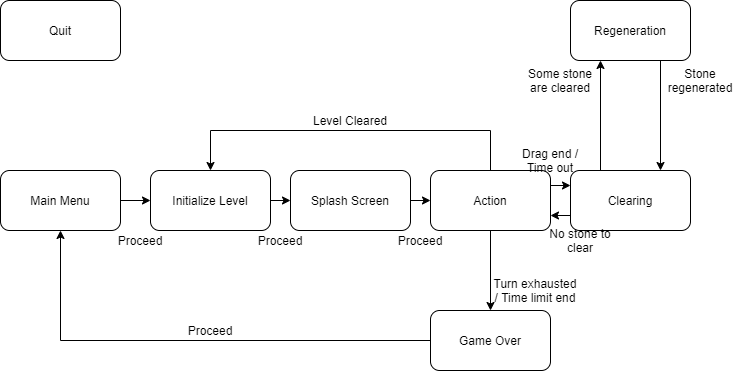
Earlier version of the draw.io export tos spinner.drawio.png (AdmiJW/TOS_Spinner). Source tidied: cells renumbered, new cells last; positions are measured from the earlier drawing's top-left corner, leaving out a move shared by most shapes.
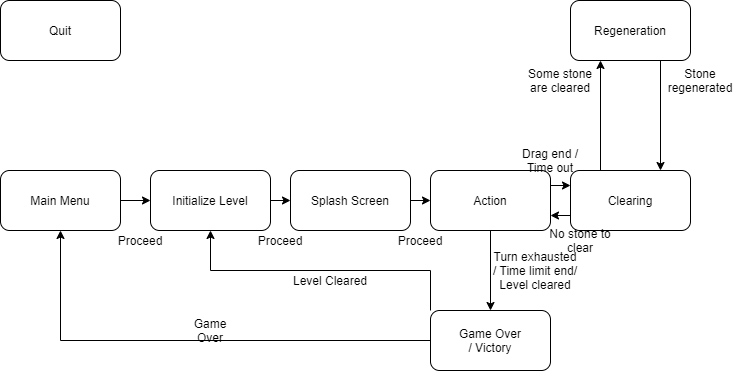
After the commit.

Diff of the diagram source:
```diff
@@ -26,14 +26,6 @@
     <mxCell id="9" style="edgeStyle=orthogonalEdgeStyle;rounded=0;jettySize=auto;html=1;exitX=0.5;exitY=1;exitDx=0;exitDy=0;" parent="1" edge="1" source="12" target="19">
       <mxGeometry relative="1" as="geometry" />
     </mxCell>
-    <mxCell id="10" style="edgeStyle=orthogonalEdgeStyle;rounded=0;jettySize=auto;html=1;exitX=0.5;exitY=0;exitDx=0;exitDy=0;entryX=0.5;entryY=0;entryDx=0;entryDy=0;" parent="1" edge="1" source="12" target="7">
-      <mxGeometry relative="1" as="geometry">
-        <Array as="points">
-          <mxPoint x="490" y="130" />
-          <mxPoint x="210" y="130" />
-        </Array>
-      </mxGeometry>
-    </mxCell>
     <mxCell id="11" style="edgeStyle=orthogonalEdgeStyle;rounded=0;jettySize=auto;html=1;exitX=1;exitY=0.25;exitDx=0;exitDy=0;entryX=0;entryY=0.25;entryDx=0;entryDy=0;" parent="1" edge="1" source="12" target="15">
       <mxGeometry relative="1" as="geometry" />
     </mxCell>
@@ -58,7 +50,10 @@
     <mxCell id="18" style="edgeStyle=orthogonalEdgeStyle;rounded=0;jettySize=auto;html=1;exitX=0;exitY=0.5;exitDx=0;exitDy=0;entryX=0.5;entryY=1;entryDx=0;entryDy=0;" parent="1" edge="1" source="19" target="3">
       <mxGeometry relative="1" as="geometry" />
     </mxCell>
+    <mxCell id="31" style="edgeStyle=orthogonalEdgeStyle;rounded=0;jettySize=auto;html=1;exitX=0;exitY=0;exitDx=0;exitDy=0;entryX=0.5;entryY=1;entryDx=0;entryDy=0;" parent="1" edge="1" source="19" target="7">
+      <mxGeometry relative="1" as="geometry" />
+    </mxCell>
-    <mxCell id="19" value="Game Over" style="rounded=1;whiteSpace=wrap;html=1;" parent="1" vertex="1">
+    <mxCell id="19" value="Game Over&lt;br&gt;/ Victory" style="rounded=1;whiteSpace=wrap;html=1;" parent="1" vertex="1">
       <mxGeometry x="430" y="310" width="120" height="60" as="geometry" />
     </mxCell>
     <mxCell id="20" value="Quit" style="rounded=1;whiteSpace=wrap;html=1;" parent="1" vertex="1">
@@ -67,7 +62,7 @@
     <mxCell id="21" value="Proceed" style="text;html=1;strokeColor=none;fillColor=none;align=center;verticalAlign=middle;whiteSpace=wrap;rounded=0;" parent="1" vertex="1">
       <mxGeometry x="120" y="230" width="40" height="20" as="geometry" />
     </mxCell>
-    <mxCell id="22" value="Proceed" style="text;html=1;strokeColor=none;fillColor=none;align=center;verticalAlign=middle;whiteSpace=wrap;rounded=0;" parent="1" vertex="1">
+    <mxCell id="22" value="Game Over" style="text;html=1;strokeColor=none;fillColor=none;align=center;verticalAlign=middle;whiteSpace=wrap;rounded=0;" parent="1" vertex="1">
       <mxGeometry x="190" y="320" width="40" height="20" as="geometry" />
     </mxCell>
     <mxCell id="23" value="Proceed" style="text;html=1;strokeColor=none;fillColor=none;align=center;verticalAlign=middle;whiteSpace=wrap;rounded=0;" parent="1" vertex="1">
@@ -83,10 +78,10 @@
       <mxGeometry x="540" y="230" width="80" height="20" as="geometry" />
     </mxCell>
     <mxCell id="27" value="Level Cleared" style="text;html=1;strokeColor=none;fillColor=none;align=center;verticalAlign=middle;whiteSpace=wrap;rounded=0;" parent="1" vertex="1">
-      <mxGeometry x="310" y="110" width="80" height="20" as="geometry" />
+      <mxGeometry x="290" y="270" width="80" height="20" as="geometry" />
     </mxCell>
-    <mxCell id="28" value="Turn exhausted / Time limit end" style="text;html=1;strokeColor=none;fillColor=none;align=center;verticalAlign=middle;whiteSpace=wrap;rounded=0;" parent="1" vertex="1">
-      <mxGeometry x="490" y="280" width="90" height="20" as="geometry" />
+    <mxCell id="28" value="Turn exhausted / Time limit end/&lt;br&gt;Level cleared" style="text;html=1;strokeColor=none;fillColor=none;align=center;verticalAlign=middle;whiteSpace=wrap;rounded=0;" parent="1" vertex="1">
+      <mxGeometry x="490" y="260" width="90" height="20" as="geometry" />
     </mxCell>
     <mxCell id="29" value="Some stone are cleared" style="text;html=1;strokeColor=none;fillColor=none;align=center;verticalAlign=middle;whiteSpace=wrap;rounded=0;" parent="1" vertex="1">
       <mxGeometry x="520" y="70" width="80" height="20" as="geometry" />
```
